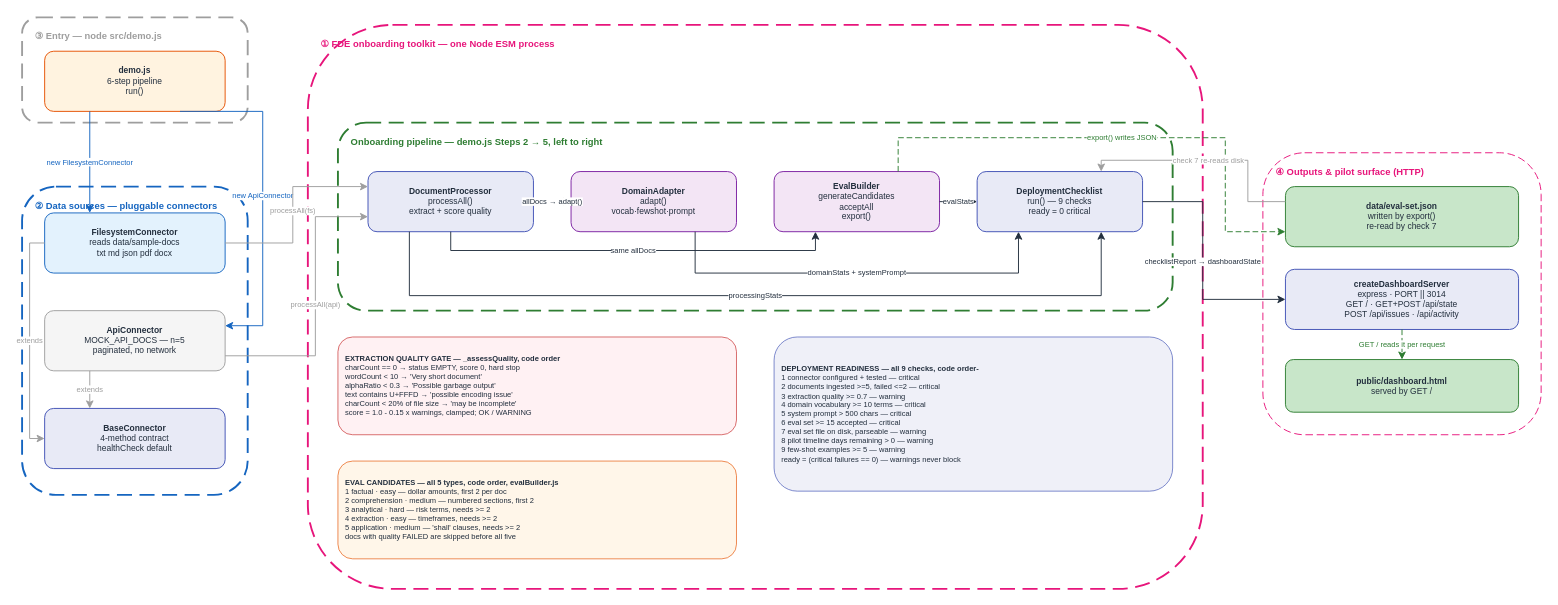
gmaheshraju/Hands-on-AgenticAI keeps this draw.io diagram as docs/diagrams/forward_deployed_v1/HOA_ForwardDeployed_v1.drawio. Above is the earlier version. Source tidied: cells renumbered, new cells numbered last; positions are measured from the earlier drawing's top-left corner, leaving out a move shared by most shapes. Both pictures are drawn from the tidied source at 94%, with x=0, y=0 at pixel (22, 17).
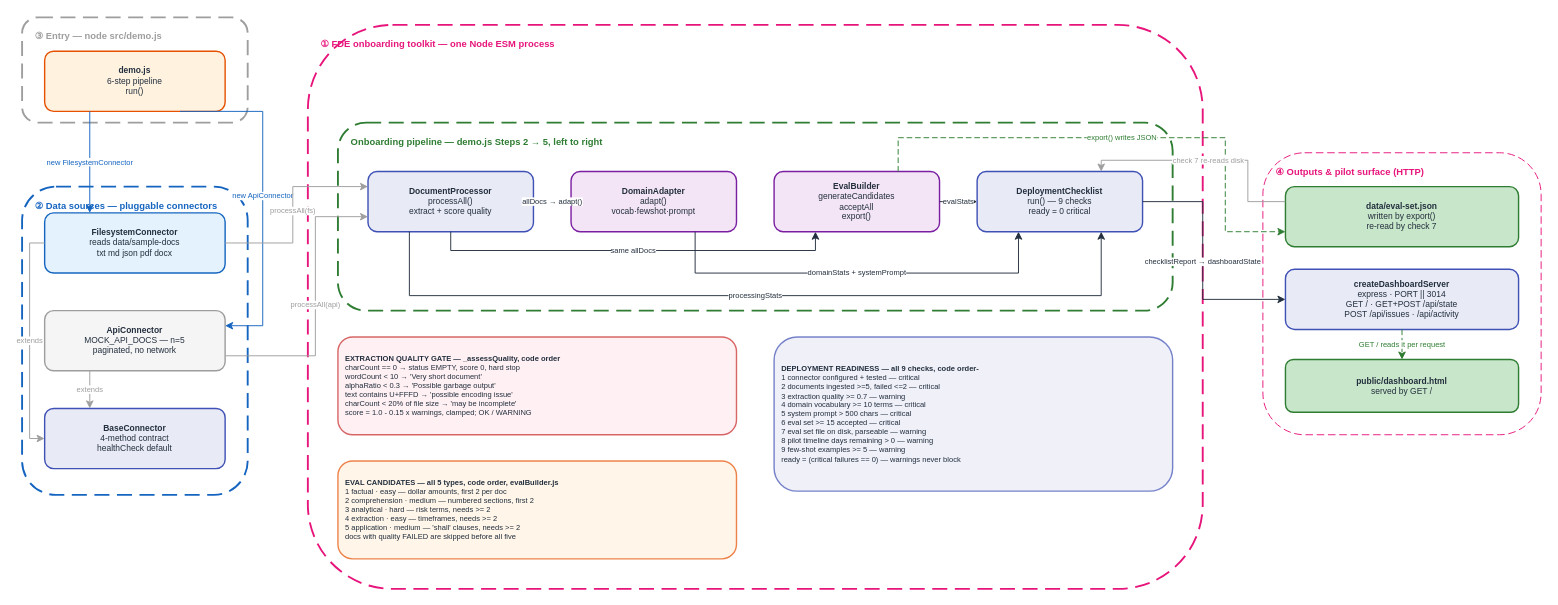
After the change.

What changed in the source:
```diff
@@
-    <mxCell id="12" value="&lt;b&gt;demo.js&lt;/b&gt;&lt;br&gt;6-step pipeline&lt;br&gt;run()" style="rounded=1;fillColor=#FFF3E0;strokeColor=#E65100;fontSize=9;fontColor=#232F3E;html=1;whiteSpace=wrap;align=center;" parent="1" vertex="1">
+    <mxCell id="12" value="&lt;b&gt;demo.js&lt;/b&gt;&lt;br&gt;6-step pipeline&lt;br&gt;run()" style="rounded=1;fillColor=#FFF3E0;strokeColor=#E65100;strokeWidth=1.5;fontSize=9;fontColor=#232F3E;html=1;whiteSpace=wrap;align=center;" parent="1" vertex="1">
       <mxGeometry x="24" y="36" width="192" height="64" as="geometry" />
     </mxCell>
-    <mxCell id="13" value="&lt;b&gt;FilesystemConnector&lt;/b&gt;&lt;br&gt;reads data/sample-docs&lt;br&gt;txt md json pdf docx" style="rounded=1;fillColor=#E3F2FD;strokeColor=#1565C0;fontSize=9;fontColor=#232F3E;html=1;whiteSpace=wrap;align=center;" parent="1" vertex="1">
+    <mxCell id="13" value="&lt;b&gt;FilesystemConnector&lt;/b&gt;&lt;br&gt;reads data/sample-docs&lt;br&gt;txt md json pdf docx" style="rounded=1;fillColor=#E3F2FD;strokeColor=#1565C0;strokeWidth=1.5;fontSize=9;fontColor=#232F3E;html=1;whiteSpace=wrap;align=center;" parent="1" vertex="1">
       <mxGeometry x="24" y="208" width="192" height="64" as="geometry" />
     </mxCell>
-    <mxCell id="14" value="&lt;b&gt;ApiConnector&lt;/b&gt;&lt;br&gt;MOCK_API_DOCS — n=5&lt;br&gt;paginated, no network" style="rounded=1;fillColor=#F5F5F5;strokeColor=#9E9E9E;fontSize=9;fontColor=#232F3E;html=1;whiteSpace=wrap;align=center;" parent="1" vertex="1">
+    <mxCell id="14" value="&lt;b&gt;ApiConnector&lt;/b&gt;&lt;br&gt;MOCK_API_DOCS — n=5&lt;br&gt;paginated, no network" style="rounded=1;fillColor=#F5F5F5;strokeColor=#9E9E9E;strokeWidth=1.5;fontSize=9;fontColor=#232F3E;html=1;whiteSpace=wrap;align=center;" parent="1" vertex="1">
       <mxGeometry x="24" y="312" width="192" height="64" as="geometry" />
     </mxCell>
-    <mxCell id="15" value="&lt;b&gt;BaseConnector&lt;/b&gt;&lt;br&gt;4-method contract&lt;br&gt;healthCheck default" style="rounded=1;fillColor=#E8EAF6;strokeColor=#3F51B5;fontSize=9;fontColor=#232F3E;html=1;whiteSpace=wrap;align=center;" parent="1" vertex="1">
+    <mxCell id="15" value="&lt;b&gt;BaseConnector&lt;/b&gt;&lt;br&gt;4-method contract&lt;br&gt;healthCheck default" style="rounded=1;fillColor=#E8EAF6;strokeColor=#3F51B5;strokeWidth=1.5;fontSize=9;fontColor=#232F3E;html=1;whiteSpace=wrap;align=center;" parent="1" vertex="1">
       <mxGeometry x="24" y="416" width="192" height="64" as="geometry" />
     </mxCell>
-    <mxCell id="16" value="&lt;b&gt;DocumentProcessor&lt;/b&gt;&lt;br&gt;processAll()&lt;br&gt;extract + score quality" style="rounded=1;fillColor=#E8EAF6;strokeColor=#3F51B5;fontSize=9;fontColor=#232F3E;html=1;whiteSpace=wrap;align=center;" parent="1" vertex="1">
+    <mxCell id="16" value="&lt;b&gt;DocumentProcessor&lt;/b&gt;&lt;br&gt;processAll()&lt;br&gt;extract + score quality" style="rounded=1;fillColor=#E8EAF6;strokeColor=#3F51B5;strokeWidth=1.5;fontSize=9;fontColor=#232F3E;html=1;whiteSpace=wrap;align=center;" parent="1" vertex="1">
       <mxGeometry x="368" y="164" width="176" height="64" as="geometry" />
     </mxCell>
-    <mxCell id="17" value="&lt;b&gt;DomainAdapter&lt;/b&gt;&lt;br&gt;adapt()&lt;br&gt;vocab·fewshot·prompt" style="rounded=1;fillColor=#F3E5F5;strokeColor=#7B1FA2;fontSize=9;fontColor=#232F3E;html=1;whiteSpace=wrap;align=center;" parent="1" vertex="1">
+    <mxCell id="17" value="&lt;b&gt;DomainAdapter&lt;/b&gt;&lt;br&gt;adapt()&lt;br&gt;vocab·fewshot·prompt" style="rounded=1;fillColor=#F3E5F5;strokeColor=#7B1FA2;strokeWidth=1.5;fontSize=9;fontColor=#232F3E;html=1;whiteSpace=wrap;align=center;" parent="1" vertex="1">
       <mxGeometry x="584" y="164" width="176" height="64" as="geometry" />
     </mxCell>
-    <mxCell id="18" value="&lt;b&gt;EvalBuilder&lt;/b&gt;&lt;br&gt;generateCandidates&lt;br&gt;acceptAll&lt;br&gt;export()" style="rounded=1;fillColor=#F3E5F5;strokeColor=#7B1FA2;fontSize=9;fontColor=#232F3E;html=1;whiteSpace=wrap;align=center;" parent="1" vertex="1">
+    <mxCell id="18" value="&lt;b&gt;EvalBuilder&lt;/b&gt;&lt;br&gt;generateCandidates&lt;br&gt;acceptAll&lt;br&gt;export()" style="rounded=1;fillColor=#F3E5F5;strokeColor=#7B1FA2;strokeWidth=1.5;fontSize=9;fontColor=#232F3E;html=1;whiteSpace=wrap;align=center;" parent="1" vertex="1">
       <mxGeometry x="800" y="164" width="176" height="64" as="geometry" />
     </mxCell>
-    <mxCell id="19" value="&lt;b&gt;DeploymentChecklist&lt;/b&gt;&lt;br&gt;run() — 9 checks&lt;br&gt;ready = 0 critical" style="rounded=1;fillColor=#E8EAF6;strokeColor=#3F51B5;fontSize=9;fontColor=#232F3E;html=1;whiteSpace=wrap;align=center;" parent="1" vertex="1">
+    <mxCell id="19" value="&lt;b&gt;DeploymentChecklist&lt;/b&gt;&lt;br&gt;run() — 9 checks&lt;br&gt;ready = 0 critical" style="rounded=1;fillColor=#E8EAF6;strokeColor=#3F51B5;strokeWidth=1.5;fontSize=9;fontColor=#232F3E;html=1;whiteSpace=wrap;align=center;" parent="1" vertex="1">
       <mxGeometry x="1016" y="164" width="176" height="64" as="geometry" />
     </mxCell>
-    <mxCell id="20" value="&lt;b&gt;data/eval-set.json&lt;/b&gt;&lt;br&gt;written by export()&lt;br&gt;re-read by check 7" style="rounded=1;fillColor=#C8E6C9;strokeColor=#2E7D32;fontSize=9;fontColor=#232F3E;html=1;whiteSpace=wrap;align=center;" parent="1" vertex="1">
+    <mxCell id="20" value="&lt;b&gt;data/eval-set.json&lt;/b&gt;&lt;br&gt;written by export()&lt;br&gt;re-read by check 7" style="rounded=1;fillColor=#C8E6C9;strokeColor=#2E7D32;strokeWidth=1.5;fontSize=9;fontColor=#232F3E;html=1;whiteSpace=wrap;align=center;" parent="1" vertex="1">
       <mxGeometry x="1344" y="180" width="248" height="64" as="geometry" />
     </mxCell>
-    <mxCell id="21" value="&lt;b&gt;createDashboardServer&lt;/b&gt;&lt;br&gt;express · PORT || 3014&lt;br&gt;GET / · GET+POST /api/state&lt;br&gt;POST /api/issues · /api/activity" style="rounded=1;fillColor=#E8EAF6;strokeColor=#3F51B5;fontSize=9;fontColor=#232F3E;html=1;whiteSpace=wrap;align=center;" parent="1" vertex="1">
+    <mxCell id="21" value="&lt;b&gt;createDashboardServer&lt;/b&gt;&lt;br&gt;express · PORT || 3014&lt;br&gt;GET / · GET+POST /api/state&lt;br&gt;POST /api/issues · /api/activity" style="rounded=1;fillColor=#E8EAF6;strokeColor=#3F51B5;strokeWidth=1.5;fontSize=9;fontColor=#232F3E;html=1;whiteSpace=wrap;align=center;" parent="1" vertex="1">
       <mxGeometry x="1344" y="268" width="248" height="64" as="geometry" />
     </mxCell>
-    <mxCell id="22" value="&lt;b&gt;public/dashboard.html&lt;/b&gt;&lt;br&gt;served by GET /" style="rounded=1;fillColor=#C8E6C9;strokeColor=#2E7D32;fontSize=9;fontColor=#232F3E;html=1;whiteSpace=wrap;align=center;" parent="1" vertex="1">
+    <mxCell id="22" value="&lt;b&gt;public/dashboard.html&lt;/b&gt;&lt;br&gt;served by GET /" style="rounded=1;fillColor=#C8E6C9;strokeColor=#2E7D32;strokeWidth=1.5;fontSize=9;fontColor=#232F3E;html=1;whiteSpace=wrap;align=center;" parent="1" vertex="1">
       <mxGeometry x="1344" y="364" width="248" height="56" as="geometry" />
     </mxCell>
-    <mxCell id="23" value="&lt;b&gt;EXTRACTION QUALITY GATE — _assessQuality, code order&lt;/b&gt;&lt;br&gt;charCount == 0 → status EMPTY, score 0, hard stop&lt;br&gt;wordCount &lt; 10 → 'Very short document'&lt;br&gt;alphaRatio &lt; 0.3 → 'Possible garbage output'&lt;br&gt;text contains U+FFFD → 'possible encoding issue'&lt;br&gt;charCount &lt; 20% of file size → 'may be incomplete'&lt;br&gt;score = 1.0 - 0.15 x warnings, clamped; OK / WARNING" style="rounded=1;fillColor=#FFEBEE;strokeColor=#C62828;fontSize=8;fontColor=#232F3E;html=1;whiteSpace=wrap;align=left;spacingLeft=6;opacity=70;" parent="1" vertex="1">
+    <mxCell id="23" value="&lt;b&gt;EXTRACTION QUALITY GATE — _assessQuality, code order&lt;/b&gt;&lt;br&gt;charCount == 0 → status EMPTY, score 0, hard stop&lt;br&gt;wordCount &lt; 10 → 'Very short document'&lt;br&gt;alphaRatio &lt; 0.3 → 'Possible garbage output'&lt;br&gt;text contains U+FFFD → 'possible encoding issue'&lt;br&gt;charCount &lt; 20% of file size → 'may be incomplete'&lt;br&gt;score = 1.0 - 0.15 x warnings, clamped; OK / WARNING" style="rounded=1;fillColor=#FFEBEE;strokeColor=#C62828;strokeWidth=1.5;fontSize=8;fontColor=#232F3E;html=1;whiteSpace=wrap;align=left;spacingLeft=6;opacity=70;" parent="1" vertex="1">
       <mxGeometry x="336" y="340" width="424" height="104" as="geometry" />
     </mxCell>
-    <mxCell id="24" value="&lt;b&gt;EVAL CANDIDATES — all 5 types, code order, evalBuilder.js&lt;/b&gt;&lt;br&gt;1 factual · easy — dollar amounts, first 2 per doc&lt;br&gt;2 comprehension · medium — numbered sections, first 2&lt;br&gt;3 analytical · hard — risk terms, needs &gt;= 2&lt;br&gt;4 extraction · easy — timeframes, needs &gt;= 2&lt;br&gt;5 application · medium — 'shall' clauses, needs &gt;= 2&lt;br&gt;docs with quality FAILED are skipped before all five" style="rounded=1;fillColor=#FFF3E0;strokeColor=#E65100;fontSize=8;fontColor=#232F3E;html=1;whiteSpace=wrap;align=left;spacingLeft=6;opacity=70;" parent="1" vertex="1">
+    <mxCell id="24" value="&lt;b&gt;EVAL CANDIDATES — all 5 types, code order, evalBuilder.js&lt;/b&gt;&lt;br&gt;1 factual · easy — dollar amounts, first 2 per doc&lt;br&gt;2 comprehension · medium — numbered sections, first 2&lt;br&gt;3 analytical · hard — risk terms, needs &gt;= 2&lt;br&gt;4 extraction · easy — timeframes, needs &gt;= 2&lt;br&gt;5 application · medium — 'shall' clauses, needs &gt;= 2&lt;br&gt;docs with quality FAILED are skipped before all five" style="rounded=1;fillColor=#FFF3E0;strokeColor=#E65100;strokeWidth=1.5;fontSize=8;fontColor=#232F3E;html=1;whiteSpace=wrap;align=left;spacingLeft=6;opacity=70;" parent="1" vertex="1">
       <mxGeometry x="336" y="472" width="424" height="104" as="geometry" />
     </mxCell>
-    <mxCell id="25" value="&lt;b&gt;DEPLOYMENT READINESS — all 9 checks, code order-&lt;/b&gt;&lt;br&gt;1 connector configured + tested — critical&lt;br&gt;2 documents ingested &gt;=5, failed &lt;=2 — critical&lt;br&gt;3 extraction quality &gt;= 0.7 — warning&lt;br&gt;4 domain vocabulary &gt;= 10 terms — critical&lt;br&gt;5 system prompt &gt; 500 chars — critical&lt;br&gt;6 eval set &gt;= 15 accepted — critical&lt;br&gt;7 eval set file on disk, parseable — warning&lt;br&gt;8 pilot timeline days remaining &gt; 0 — warning&lt;br&gt;9 few-shot examples &gt;= 5 — warning&lt;br&gt;ready = (critical failures == 0) — warnings never block" style="rounded=1;fillColor=#E8EAF6;strokeColor=#3F51B5;fontSize=8;fontColor=#232F3E;html=1;whiteSpace=wrap;align=left;spacingLeft=6;opacity=70;" parent="1" vertex="1">
+    <mxCell id="25" value="&lt;b&gt;DEPLOYMENT READINESS — all 9 checks, code order-&lt;/b&gt;&lt;br&gt;1 connector configured + tested — critical&lt;br&gt;2 documents ingested &gt;=5, failed &lt;=2 — critical&lt;br&gt;3 extraction quality &gt;= 0.7 — warning&lt;br&gt;4 domain vocabulary &gt;= 10 terms — critical&lt;br&gt;5 system prompt &gt; 500 chars — critical&lt;br&gt;6 eval set &gt;= 15 accepted — critical&lt;br&gt;7 eval set file on disk, parseable — warning&lt;br&gt;8 pilot timeline days remaining &gt; 0 — warning&lt;br&gt;9 few-shot examples &gt;= 5 — warning&lt;br&gt;ready = (critical failures == 0) — warnings never block" style="rounded=1;fillColor=#E8EAF6;strokeColor=#3F51B5;strokeWidth=1.5;fontSize=8;fontColor=#232F3E;html=1;whiteSpace=wrap;align=left;spacingLeft=6;opacity=70;" parent="1" vertex="1">
       <mxGeometry x="800" y="340" width="424" height="164" as="geometry" />
     </mxCell>
```
